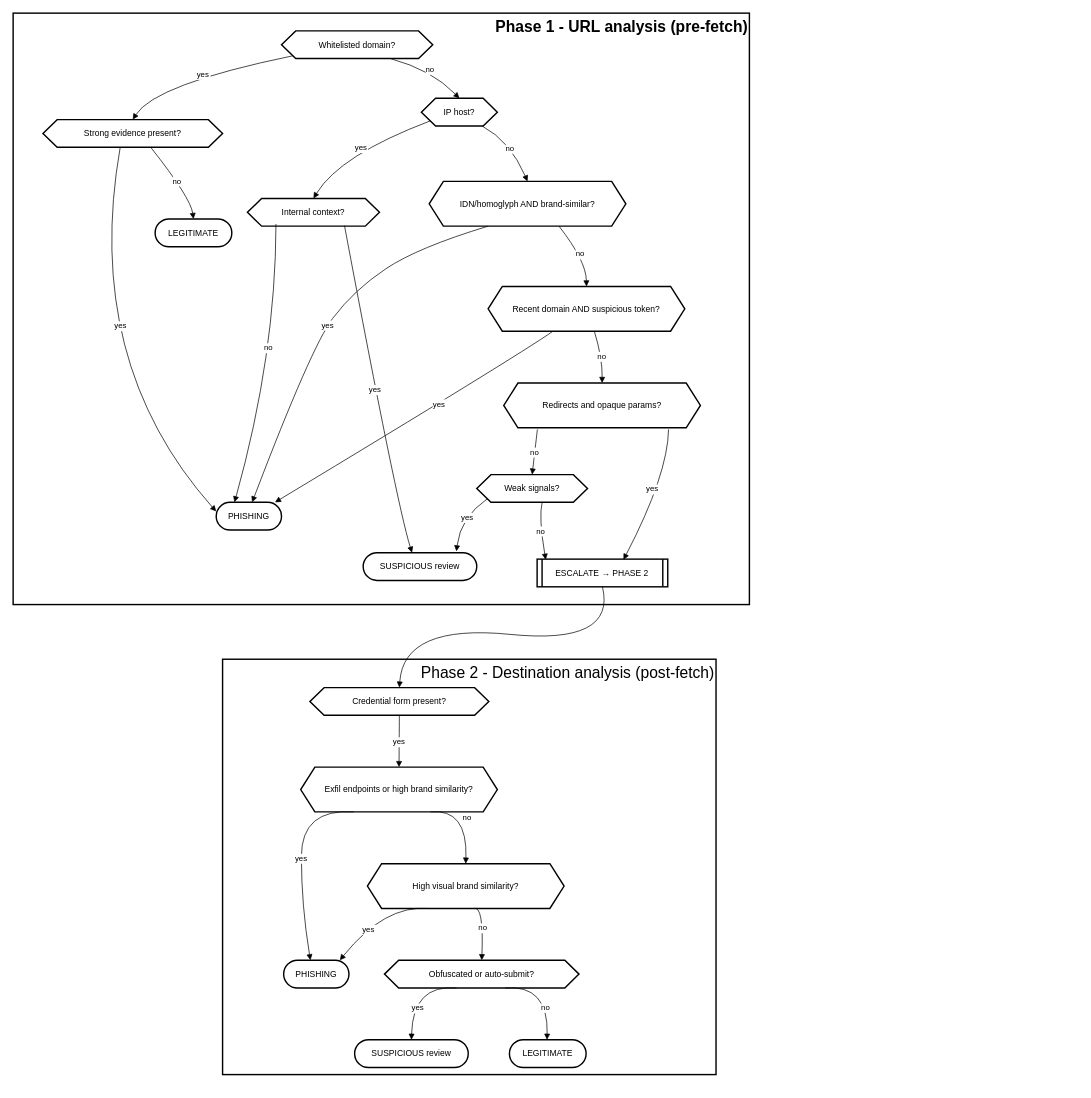
The draw.io diagram Decision-Flow.drawio in Phish-N-Chips25/docs, before the edit. Source tidied: cells renumbered, new cells numbered last; positions are measured from the earlier drawing's top-left corner, leaving out a move shared by most shapes. Both pictures are drawn from the tidied source at 71%, with x=0, y=0 at pixel (13, 13).
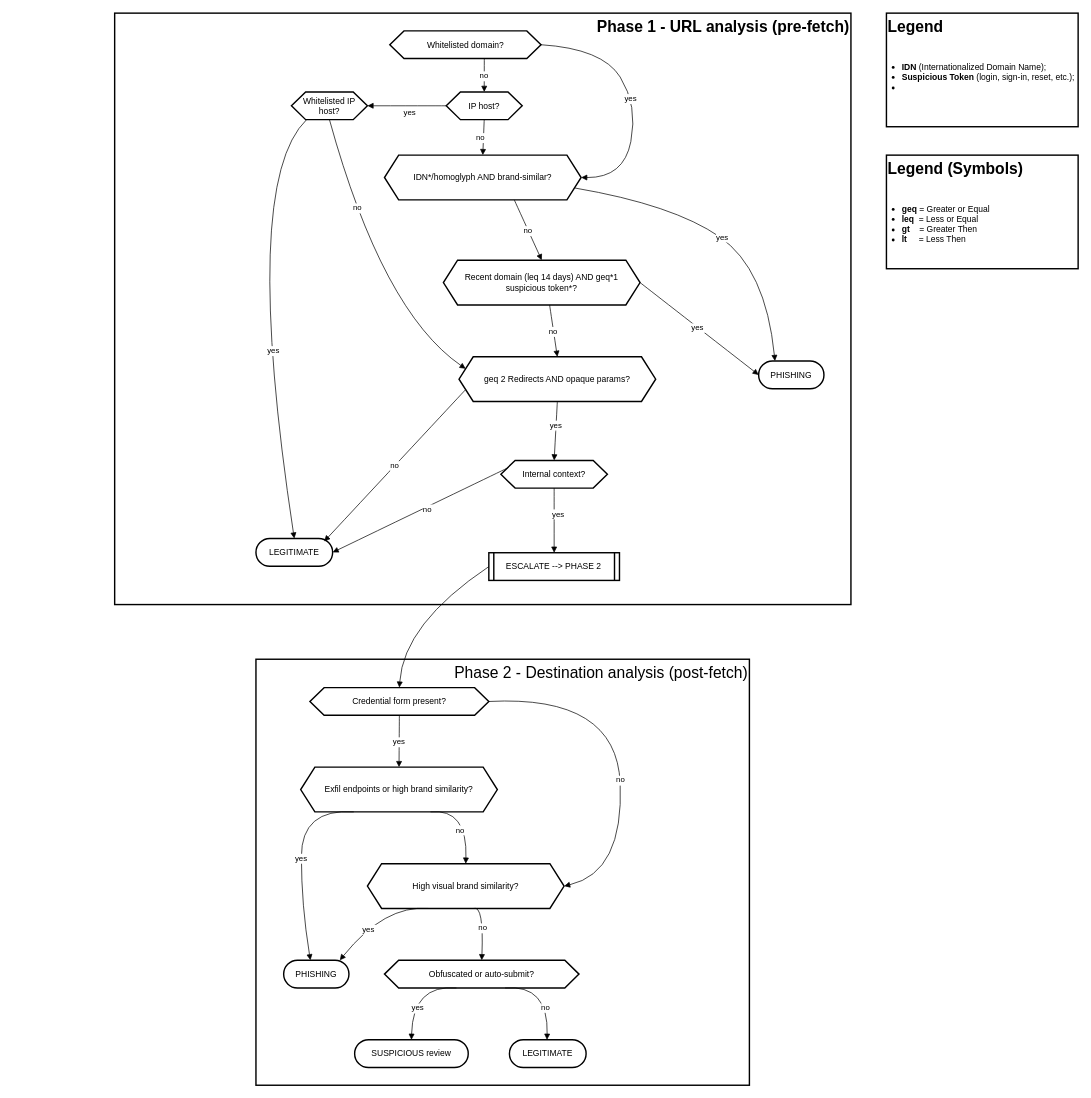
Above is the later version.

Unchanged cells that the change refers to:
```xml
<mxCell id="16" value="Credential form present?" style="shape=hexagon;perimeter=hexagonPerimeter2;fixedSize=1;strokeWidth=2;whiteSpace=wrap;" parent="1" vertex="1">
  <mxGeometry x="418" y="950" width="252" height="39" as="geometry" />
</mxCell>
<mxCell id="17" value="Exfil endpoints or high brand similarity?" style="shape=hexagon;perimeter=hexagonPerimeter2;fixedSize=1;strokeWidth=2;whiteSpace=wrap;" parent="1" vertex="1">
  <mxGeometry x="405" y="1062" width="277" height="63" as="geometry" />
</mxCell>
<mxCell id="18" value="High visual brand similarity?" style="shape=hexagon;perimeter=hexagonPerimeter2;fixedSize=1;strokeWidth=2;whiteSpace=wrap;" parent="1" vertex="1">
  <mxGeometry x="499" y="1198" width="277" height="63" as="geometry" />
</mxCell>
```

What changed in the source:
```diff
@@
     <mxCell id="2" value="Phase 2 - Destination analysis (post-fetch)" style="whiteSpace=wrap;strokeWidth=2;align=right;verticalAlign=top;fontSize=22;" parent="1" vertex="1">
-      <mxGeometry x="295" y="910" width="695" height="585" as="geometry" />
+      <mxGeometry x="342" y="910" width="695" height="600" as="geometry" />
     </mxCell>
     <mxCell id="3" value="Phase 1 - URL analysis (pre-fetch)" style="whiteSpace=wrap;strokeWidth=2;align=right;verticalAlign=top;fontSize=22;fontStyle=1;" parent="1" vertex="1">
-      <mxGeometry width="1037" height="833" as="geometry" />
+      <mxGeometry x="143" width="1037" height="833" as="geometry" />
     </mxCell>
     <mxCell id="4" value="Whitelisted domain?" style="shape=hexagon;perimeter=hexagonPerimeter2;fixedSize=1;strokeWidth=2;whiteSpace=wrap;" parent="1" vertex="1">
-      <mxGeometry x="378" y="25" width="213" height="39" as="geometry" />
+      <mxGeometry x="530.5" y="25" width="213" height="39" as="geometry" />
     </mxCell>
-    <mxCell id="5" value="Strong evidence present?" style="shape=hexagon;perimeter=hexagonPerimeter2;fixedSize=1;strokeWidth=2;whiteSpace=wrap;" parent="1" vertex="1">
-      <mxGeometry x="42" y="150" width="253" height="39" as="geometry" />
-    </mxCell>
     <mxCell id="6" value="IP host?" style="shape=hexagon;perimeter=hexagonPerimeter2;fixedSize=1;strokeWidth=2;whiteSpace=wrap;" parent="1" vertex="1">
-      <mxGeometry x="575" y="120" width="107" height="39" as="geometry" />
+      <mxGeometry x="610" y="111" width="107" height="39" as="geometry" />
     </mxCell>
     <mxCell id="7" value="Internal context?" style="shape=hexagon;perimeter=hexagonPerimeter2;fixedSize=1;strokeWidth=2;whiteSpace=wrap;" parent="1" vertex="1">
-      <mxGeometry x="330" y="261" width="186" height="39" as="geometry" />
+      <mxGeometry x="687" y="630" width="150" height="39" as="geometry" />
     </mxCell>
-    <mxCell id="8" value="IDN/homoglyph AND brand-similar?" style="shape=hexagon;perimeter=hexagonPerimeter2;fixedSize=1;strokeWidth=2;whiteSpace=wrap;" parent="1" vertex="1">
-      <mxGeometry x="586" y="237" width="277" height="63" as="geometry" />
+    <mxCell id="8" value="IDN*/homoglyph AND brand-similar?" style="shape=hexagon;perimeter=hexagonPerimeter2;fixedSize=1;strokeWidth=2;whiteSpace=wrap;" parent="1" vertex="1">
+      <mxGeometry x="523" y="200" width="277" height="63" as="geometry" />
     </mxCell>
-    <mxCell id="9" value="Recent domain AND suspicious token?" style="shape=hexagon;perimeter=hexagonPerimeter2;fixedSize=1;strokeWidth=2;whiteSpace=wrap;" parent="1" vertex="1">
-      <mxGeometry x="669" y="385" width="277" height="63" as="geometry" />
+    <mxCell id="9" value="Recent domain (leq 14 days) AND geq*1 suspicious token*?" style="shape=hexagon;perimeter=hexagonPerimeter2;fixedSize=1;strokeWidth=2;whiteSpace=wrap;" parent="1" vertex="1">
+      <mxGeometry x="606" y="348" width="277" height="63" as="geometry" />
     </mxCell>
-    <mxCell id="10" value="Redirects and opaque params?" style="shape=hexagon;perimeter=hexagonPerimeter2;fixedSize=1;strokeWidth=2;whiteSpace=wrap;" parent="1" vertex="1">
-      <mxGeometry x="691" y="521" width="277" height="63" as="geometry" />
+    <mxCell id="10" value="geq 2 Redirects AND opaque params?" style="shape=hexagon;perimeter=hexagonPerimeter2;fixedSize=1;strokeWidth=2;whiteSpace=wrap;" parent="1" vertex="1">
+      <mxGeometry x="628" y="484" width="277" height="63" as="geometry" />
     </mxCell>
-    <mxCell id="11" value="Weak signals?" style="shape=hexagon;perimeter=hexagonPerimeter2;fixedSize=1;strokeWidth=2;whiteSpace=wrap;" parent="1" vertex="1">
-      <mxGeometry x="653" y="650" width="156" height="39" as="geometry" />
-    </mxCell>
-    <mxCell id="12" value="ESCALATE → PHASE 2" style="strokeWidth=2;shape=process;whiteSpace=wrap;size=0.04;" parent="1" vertex="1">
-      <mxGeometry x="738" y="769" width="184" height="39" as="geometry" />
+    <mxCell id="12" value="ESCALATE --&gt; PHASE 2" style="strokeWidth=2;shape=process;whiteSpace=wrap;size=0.04;" parent="1" vertex="1">
+      <mxGeometry x="670" y="760" width="184" height="39" as="geometry" />
     </mxCell>
     <mxCell id="13" value="PHISHING" style="rounded=1;whiteSpace=wrap;arcSize=50;strokeWidth=2;" parent="1" vertex="1">
-      <mxGeometry x="286" y="689" width="92" height="39" as="geometry" />
+      <mxGeometry x="1050" y="490" width="92" height="39" as="geometry" />
     </mxCell>
-    <mxCell id="14" value="SUSPICIOUS review" style="rounded=1;whiteSpace=wrap;arcSize=50;strokeWidth=2;" parent="1" vertex="1">
-      <mxGeometry x="493" y="760" width="160" height="39" as="geometry" />
-    </mxCell>
     <mxCell id="15" value="LEGITIMATE" style="rounded=1;whiteSpace=wrap;arcSize=50;strokeWidth=2;" parent="1" vertex="1">
-      <mxGeometry x="200" y="290" width="108" height="39" as="geometry" />
+      <mxGeometry x="342" y="740" width="108" height="39" as="geometry" />
     </mxCell>
@@
-    <mxCell id="23" value="yes" style="curved=1;startArrow=none;endArrow=block;exitX=0;exitY=0.97;entryX=0.5;entryY=0;rounded=0;" parent="1" edge="1" source="4" target="5">
-      <mxGeometry relative="1" as="geometry">
+    <mxCell id="23" value="yes" style="curved=1;startArrow=none;endArrow=block;exitX=1;exitY=0.5;entryX=1;entryY=0.5;rounded=0;entryDx=0;entryDy=0;exitDx=0;exitDy=0;" parent="1" edge="1" source="4" target="8">
+      <mxGeometry x="-0.03" y="-3" relative="1" as="geometry">
         <Array as="points">
-          <mxPoint x="200" y="100" />
+          <mxPoint x="830" y="50" />
+          <mxPoint x="880" y="130" />
+          <mxPoint x="860" y="232" />
         </Array>
       </mxGeometry>
     </mxCell>
-    <mxCell id="24" value="yes" style="curved=1;startArrow=none;endArrow=block;exitX=0.43;exitY=1;entryX=0;entryY=0.33;rounded=0;" parent="1" edge="1" source="5" target="13">
-      <mxGeometry x="-0.16" y="44" relative="1" as="geometry">
-        <Array as="points">
-          <mxPoint x="98" y="490" />
-        </Array>
-      </mxGeometry>
-    </mxCell>
-    <mxCell id="25" value="no" style="curved=1;startArrow=none;endArrow=block;exitX=0.6;exitY=1;entryX=0.5;entryY=0;rounded=0;" parent="1" edge="1" source="5" target="15">
-      <mxGeometry relative="1" as="geometry">
-        <Array as="points">
-          <mxPoint x="250" y="260" />
-        </Array>
-      </mxGeometry>
-    </mxCell>
-    <mxCell id="26" value="no" style="curved=1;startArrow=none;endArrow=block;exitX=0.72;exitY=1;entryX=0.5;entryY=0;rounded=0;" parent="1" edge="1" source="4" target="6">
-      <mxGeometry relative="1" as="geometry">
-        <Array as="points">
-          <mxPoint x="590" y="80" />
-        </Array>
-      </mxGeometry>
+    <mxCell id="26" value="no" style="curved=1;startArrow=none;endArrow=block;exitX=0.625;exitY=1;entryX=0.5;entryY=0;rounded=0;exitDx=0;exitDy=0;" parent="1" edge="1" source="4" target="6">
+      <mxGeometry relative="1" as="geometry" />
     </mxCell>
-    <mxCell id="27" value="yes" style="curved=1;startArrow=none;endArrow=block;exitX=0;exitY=0.91;entryX=0.5;entryY=0;rounded=0;" parent="1" edge="1" source="6" target="7">
-      <mxGeometry relative="1" as="geometry">
-        <Array as="points">
-          <mxPoint x="460" y="200" />
-        </Array>
-      </mxGeometry>
+    <mxCell id="27" value="yes" style="curved=1;startArrow=none;endArrow=block;exitX=0;exitY=0.5;entryX=1;entryY=0.5;rounded=0;exitDx=0;exitDy=0;entryDx=0;entryDy=0;" parent="1" edge="1" source="6" target="49">
+      <mxGeometry x="-0.09" y="9" relative="1" as="geometry" />
     </mxCell>
-    <mxCell id="28" value="yes" style="curved=1;startArrow=none;endArrow=block;exitX=0.735;exitY=0.982;entryX=0.43;entryY=0;rounded=0;exitDx=0;exitDy=0;exitPerimeter=0;" parent="1" edge="1" source="7" target="14">
-      <mxGeometry relative="1" as="geometry">
-        <Array as="points">
-          <mxPoint x="540" y="690" />
-        </Array>
-      </mxGeometry>
-    </mxCell>
-    <mxCell id="29" value="no" style="curved=1;startArrow=none;endArrow=block;exitX=0.216;exitY=0.922;entryX=0.28;entryY=0;rounded=0;exitDx=0;exitDy=0;exitPerimeter=0;" parent="1" edge="1" source="7" target="13">
-      <mxGeometry x="-0.13" y="-10" relative="1" as="geometry">
-        <Array as="points">
-          <mxPoint x="370" y="480" />
-        </Array>
-      </mxGeometry>
-    </mxCell>
-    <mxCell id="30" value="no" style="curved=1;startArrow=none;endArrow=block;exitX=0.8;exitY=1;entryX=0.5;entryY=0;rounded=0;" parent="1" edge="1" source="6" target="8">
-      <mxGeometry x="0.01" y="-4" relative="1" as="geometry">
-        <Array as="points">
-          <mxPoint x="700" y="180" />
-        </Array>
-      </mxGeometry>
+    <mxCell id="30" value="no" style="curved=1;startArrow=none;endArrow=block;exitX=0.5;exitY=1;entryX=0.5;entryY=0;rounded=0;exitDx=0;exitDy=0;" parent="1" edge="1" source="6" target="8">
+      <mxGeometry x="0.01" y="-4" relative="1" as="geometry" />
     </mxCell>
-    <mxCell id="31" value="yes" style="curved=1;startArrow=none;endArrow=block;exitX=0.3;exitY=1;entryX=0.55;entryY=0;rounded=0;" parent="1" edge="1" source="8" target="13">
-      <mxGeometry relative="1" as="geometry">
+    <mxCell id="31" value="yes" style="curved=1;startArrow=none;endArrow=block;exitX=1;exitY=0.75;entryX=0.25;entryY=0;rounded=0;exitDx=0;exitDy=0;entryDx=0;entryDy=0;" parent="1" edge="1" source="8" target="13">
+      <mxGeometry x="0.04" y="2" relative="1" as="geometry">
         <Array as="points">
-          <mxPoint x="570" y="330" />
-          <mxPoint x="480" y="390" />
-          <mxPoint x="420" y="470" />
+          <mxPoint x="930" y="270" />
+          <mxPoint x="1060" y="360" />
         </Array>
       </mxGeometry>
     </mxCell>
     <mxCell id="32" value="no" style="curved=1;startArrow=none;endArrow=block;exitX=0.66;exitY=1;entryX=0.5;entryY=0;rounded=0;" parent="1" edge="1" source="8" target="9">
-      <mxGeometry relative="1" as="geometry">
-        <Array as="points">
-          <mxPoint x="807" y="349" />
-        </Array>
-      </mxGeometry>
+      <mxGeometry relative="1" as="geometry" />
     </mxCell>
-    <mxCell id="33" value="yes" style="curved=1;startArrow=none;endArrow=block;exitX=0.33;exitY=1;entryX=0.9;entryY=0;rounded=0;" parent="1" edge="1" source="9" target="13">
-      <mxGeometry x="-0.17" relative="1" as="geometry">
-        <Array as="points">
-          <mxPoint x="707" y="485" />
-        </Array>
-        <mxPoint x="1" as="offset" />
-      </mxGeometry>
+    <mxCell id="33" value="yes" style="curved=1;startArrow=none;endArrow=block;exitX=1;exitY=0.5;entryX=0;entryY=0.5;rounded=0;exitDx=0;exitDy=0;entryDx=0;entryDy=0;" parent="1" edge="1" source="9" target="13">
+      <mxGeometry x="-0.03" relative="1" as="geometry" />
     </mxCell>
     <mxCell id="34" value="no" style="curved=1;startArrow=none;endArrow=block;exitX=0.54;exitY=1;entryX=0.5;entryY=0;rounded=0;" parent="1" edge="1" source="9" target="10">
-      <mxGeometry relative="1" as="geometry">
-        <Array as="points">
-          <mxPoint x="830" y="485" />
-        </Array>
-      </mxGeometry>
+      <mxGeometry relative="1" as="geometry" />
     </mxCell>
-    <mxCell id="35" value="yes" style="curved=1;startArrow=none;endArrow=block;exitX=0.838;exitY=1.037;entryX=0.661;entryY=0.023;rounded=0;exitDx=0;exitDy=0;exitPerimeter=0;entryDx=0;entryDy=0;entryPerimeter=0;" parent="1" edge="1" source="10" target="12">
-      <mxGeometry x="-0.08" y="-10" relative="1" as="geometry">
-        <Array as="points">
-          <mxPoint x="922" y="650" />
-        </Array>
-      </mxGeometry>
+    <mxCell id="35" value="yes" style="curved=1;startArrow=none;endArrow=block;exitX=0.5;exitY=1;entryX=0.5;entryY=0;rounded=0;exitDx=0;exitDy=0;entryDx=0;entryDy=0;" parent="1" edge="1" source="10" target="7">
+      <mxGeometry x="-0.2" relative="1" as="geometry" />
     </mxCell>
-    <mxCell id="36" value="no" style="curved=1;startArrow=none;endArrow=block;exitX=0.171;exitY=1.037;entryX=0.5;entryY=0;rounded=0;exitDx=0;exitDy=0;exitPerimeter=0;" parent="1" edge="1" source="10" target="11">
+    <mxCell id="36" value="no" style="curved=1;startArrow=none;endArrow=block;entryX=0.89;entryY=0.103;rounded=0;entryDx=0;entryDy=0;entryPerimeter=0;exitX=0;exitY=0.75;exitDx=0;exitDy=0;" parent="1" edge="1" source="10" target="15">
       <mxGeometry relative="1" as="geometry" />
     </mxCell>
-    <mxCell id="37" value="yes" style="curved=1;startArrow=none;endArrow=block;exitX=0;exitY=0.96;entryX=0.821;entryY=-0.048;rounded=0;entryDx=0;entryDy=0;entryPerimeter=0;" parent="1" edge="1" source="11" target="14">
-      <mxGeometry x="-0.2" y="6" relative="1" as="geometry">
-        <Array as="points">
-          <mxPoint x="630" y="710" />
-        </Array>
-      </mxGeometry>
-    </mxCell>
-    <mxCell id="38" value="no" style="curved=1;startArrow=none;endArrow=block;exitX=0.59;exitY=1;entryX=0.066;entryY=0.023;rounded=0;entryDx=0;entryDy=0;entryPerimeter=0;" parent="1" edge="1" source="11" target="12">
-      <mxGeometry relative="1" as="geometry">
-        <Array as="points">
-          <mxPoint x="740" y="710" />
-        </Array>
-      </mxGeometry>
-    </mxCell>
@@
     <mxCell id="41" value="no" style="curved=1;startArrow=none;endArrow=block;exitX=0.66;exitY=1;entryX=0.5;entryY=0;rounded=0;" parent="1" edge="1" source="17" target="18">
-      <mxGeometry relative="1" as="geometry">
+      <mxGeometry x="0.27" y="-9" relative="1" as="geometry">
         <Array as="points">
           <mxPoint x="640" y="1120" />
         </Array>
       </mxGeometry>
     </mxCell>
@@
-    <mxCell id="46" style="curved=1;startArrow=none;endArrow=block;exitX=0.5;exitY=1;entryX=0.5;entryY=0;rounded=0;" parent="1" edge="1" source="12" target="16">
+    <mxCell id="46" style="curved=1;startArrow=none;endArrow=block;exitX=0;exitY=0.5;entryX=0.5;entryY=0;rounded=0;exitDx=0;exitDy=0;" parent="1" edge="1" source="12" target="16">
       <mxGeometry relative="1" as="geometry">
         <Array as="points">
-          <mxPoint x="850" y="890" />
           <mxPoint x="550" y="860" />
         </Array>
       </mxGeometry>
     </mxCell>
+    <mxCell id="47" value="Legend" style="whiteSpace=wrap;strokeWidth=2;align=left;verticalAlign=top;fontSize=22;fontStyle=1;" parent="1" vertex="1">
+      <mxGeometry x="1230" width="270" height="160" as="geometry" />
+    </mxCell>
+    <mxCell id="48" value="&lt;ul&gt;&lt;li&gt;&lt;span style=&quot;background-color: transparent; color: light-dark(rgb(0, 0, 0), rgb(255, 255, 255));&quot;&gt;&lt;b&gt;IDN&lt;/b&gt; (Internationalized Domain Name);&lt;/span&gt;&lt;/li&gt;&lt;li&gt;&lt;span style=&quot;background-color: transparent; color: light-dark(rgb(0, 0, 0), rgb(255, 255, 255));&quot;&gt;&lt;b&gt;Suspicious Token &lt;/b&gt;(login, sign-in, reset, etc.);&lt;/span&gt;&lt;/li&gt;&lt;li&gt;&lt;span style=&quot;background-color: transparent; color: light-dark(rgb(0, 0, 0), rgb(255, 255, 255));&quot;&gt;&lt;br&gt;&lt;/span&gt;&lt;/li&gt;&lt;/ul&gt;" style="text;html=1;align=left;verticalAlign=top;whiteSpace=wrap;rounded=0;" parent="1" vertex="1">
+      <mxGeometry x="1210" y="50" width="290" height="110" as="geometry" />
+    </mxCell>
+    <mxCell id="49" value="Whitelisted IP host?" style="shape=hexagon;perimeter=hexagonPerimeter2;fixedSize=1;strokeWidth=2;whiteSpace=wrap;" parent="1" vertex="1">
+      <mxGeometry x="392" y="111" width="107" height="39" as="geometry" />
+    </mxCell>
+    <mxCell id="50" value="yes" style="curved=1;startArrow=none;endArrow=block;exitX=0.2;exitY=0.997;entryX=0.5;entryY=0;rounded=0;exitDx=0;exitDy=0;entryDx=0;entryDy=0;exitPerimeter=0;" parent="1" edge="1" source="49" target="15">
+      <mxGeometry x="0.16" y="11" relative="1" as="geometry">
+        <Array as="points">
+          <mxPoint x="320" y="240" />
+        </Array>
+      </mxGeometry>
+    </mxCell>
+    <mxCell id="51" value="no" style="curved=1;startArrow=none;endArrow=block;exitX=0.5;exitY=1;entryX=0;entryY=0.25;rounded=0;exitDx=0;exitDy=0;entryDx=0;entryDy=0;" parent="1" edge="1" source="49" target="10">
+      <mxGeometry x="-0.38" y="5" relative="1" as="geometry">
+        <Array as="points">
+          <mxPoint x="520" y="420" />
+        </Array>
+        <mxPoint y="-1" as="offset" />
+      </mxGeometry>
+    </mxCell>
+    <mxCell id="52" value="no" style="curved=1;startArrow=none;endArrow=block;exitX=0;exitY=0.25;entryX=1;entryY=0.5;rounded=0;exitDx=0;exitDy=0;entryDx=0;entryDy=0;" parent="1" edge="1" source="7" target="15">
+      <mxGeometry x="-0.08" y="3" relative="1" as="geometry" />
+    </mxCell>
+    <mxCell id="53" value="yes" style="curved=1;startArrow=none;endArrow=block;exitX=0.5;exitY=1;entryX=0.5;entryY=0;rounded=0;entryDx=0;entryDy=0;exitDx=0;exitDy=0;" parent="1" edge="1" source="7" target="12">
+      <mxGeometry x="-0.2" y="6" relative="1" as="geometry" />
+    </mxCell>
+    <mxCell id="54" value="Legend (Symbols)" style="whiteSpace=wrap;strokeWidth=2;align=left;verticalAlign=top;fontSize=22;fontStyle=1;" parent="1" vertex="1">
+      <mxGeometry x="1230" y="200" width="270" height="160" as="geometry" />
+    </mxCell>
+    <mxCell id="55" value="&lt;ul&gt;&lt;li&gt;&lt;b&gt;geq &lt;/b&gt;= Greater or Equal&lt;/li&gt;&lt;li&gt;&lt;b&gt;leq&amp;nbsp;&amp;nbsp;&lt;/b&gt;= Less or Equal&lt;/li&gt;&lt;li&gt;&lt;b&gt;gt&lt;/b&gt;&amp;nbsp; &amp;nbsp; = Greater Then&lt;/li&gt;&lt;li&gt;&lt;b&gt;lt&lt;/b&gt;&amp;nbsp; &amp;nbsp; &amp;nbsp;= Less Then&lt;/li&gt;&lt;/ul&gt;" style="text;html=1;align=left;verticalAlign=top;whiteSpace=wrap;rounded=0;" parent="1" vertex="1">
+      <mxGeometry x="1210" y="250" width="290" height="110" as="geometry" />
+    </mxCell>
+    <mxCell id="56" value="no" style="curved=1;startArrow=none;endArrow=block;exitX=1;exitY=0.5;entryX=1;entryY=0.5;rounded=0;exitDx=0;exitDy=0;entryDx=0;entryDy=0;" parent="1" edge="1" source="16" target="18">
+      <mxGeometry x="0.16" y="1" relative="1" as="geometry">
+        <Array as="points">
+          <mxPoint x="850" y="960" />
+          <mxPoint x="860" y="1210" />
+        </Array>
+      </mxGeometry>
+    </mxCell>
```
